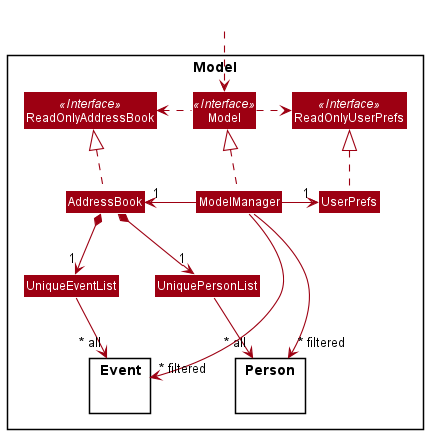
The PlantUML diagram docs/images/ModelClassDiagram.png in ryanongra/tp, before a commit.
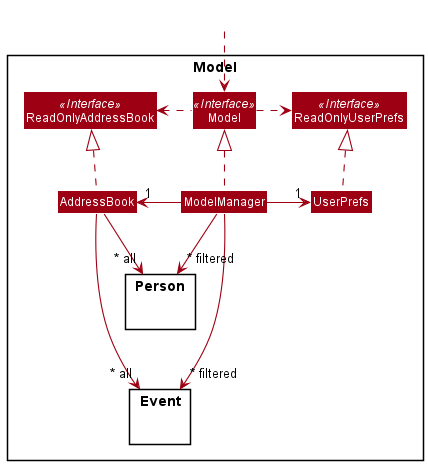
Later version of the same file.

Commit message:
Update dg after event attendee ui implementation

The edit, as a diff of the source:
```diff
@@ -15,8 +15,6 @@
 Class UserPrefs
 Class ReadOnlyUserPrefs
 
-Class UniqueEventList
-Class UniquePersonList
 package Event {}
 package Person {}
 }
@@ -33,11 +31,10 @@
 ModelManager -right-> "1" UserPrefs
 UserPrefs .up.|> ReadOnlyUserPrefs
 
-AddressBook *--> "1" UniqueEventList
-AddressBook *--> "1" UniquePersonList
-UniqueEventList --> "~* all" Event
-UniquePersonList --> "~* all" Person
+AddressBook -->"~* all" Event
+AddressBook -->"~* all" Person
 
-ModelManager -->"~* filtered" Event
+ModelManager --->"~* filtered" Event
 ModelManager -->"~* filtered" Person
+
 @enduml
```
